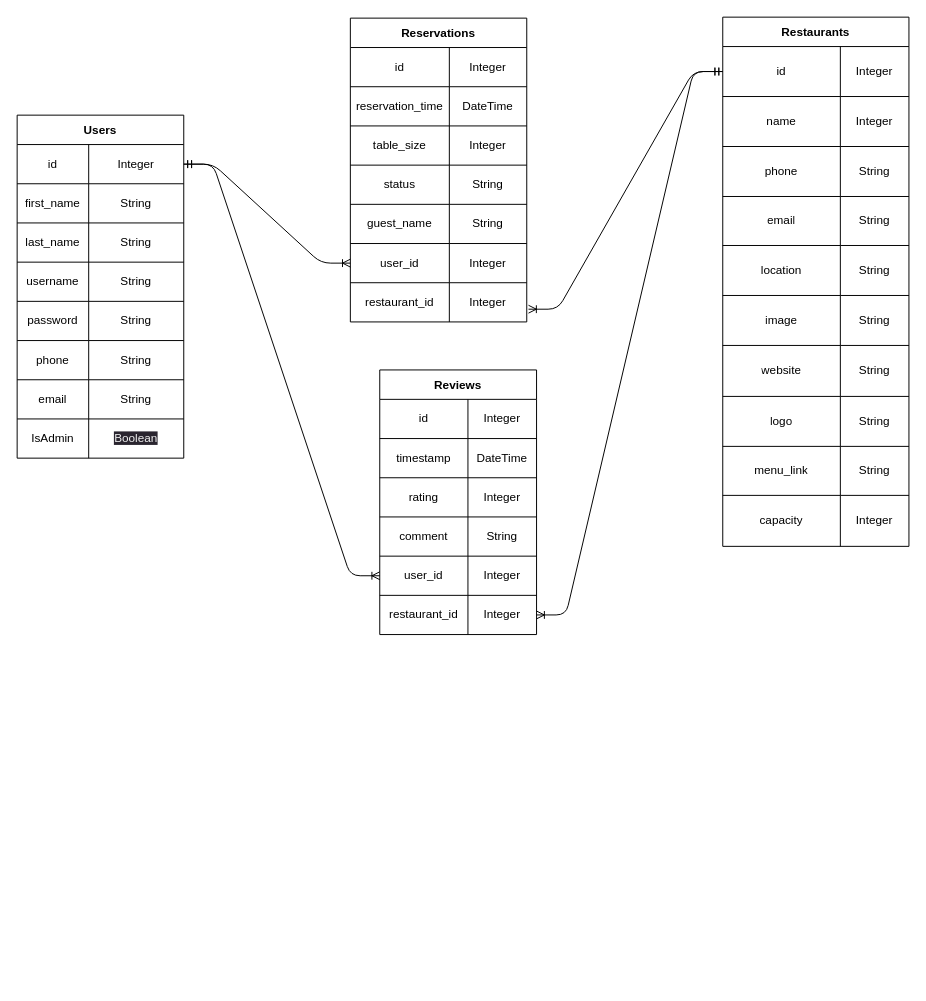
Above: planning/database-schema.drawio in christopherthai/bite-reserve (draw.io), before the change. Source tidied: cells renumbered, new cells numbered last; positions are measured from the earlier drawing's top-left corner, leaving out a move shared by most shapes. Both pictures are drawn from the tidied source at 98%, with x=0, y=0 at pixel (17, 17).
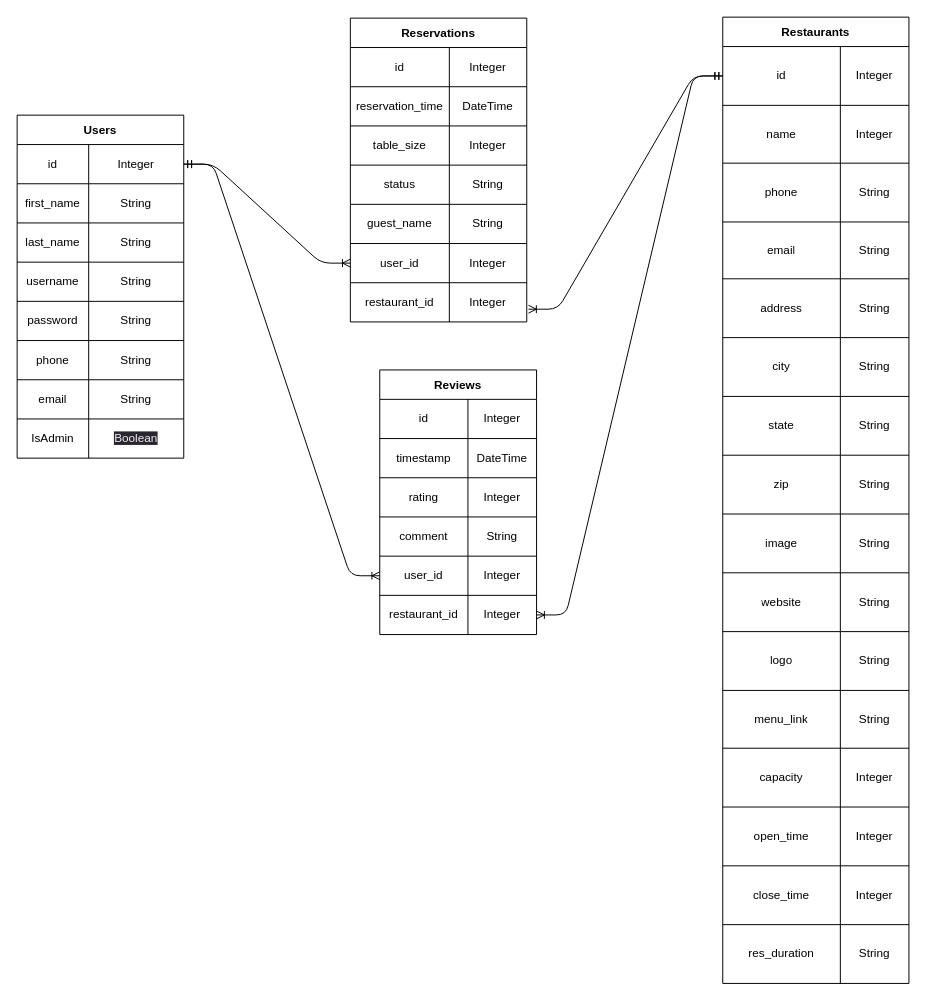
After the change.

Commit message (it also covers changes not shown here):
updated database schema to reflect changes in models.

What changed in the source:
```diff
@@
     <mxCell id="27" value="Restaurants" style="shape=table;startSize=30;childLayout=tableLayout;fontStyle=1;align=center;" parent="1" vertex="1">
-      <mxGeometry x="720" width="190" height="540" as="geometry" />
+      <mxGeometry x="720" width="190" height="986" as="geometry" />
     </mxCell>
     <mxCell id="28" style="shape=tableRow;horizontal=0;startSize=0;swimlaneHead=0;swimlaneBody=0;top=0;left=0;bottom=0;right=0;fillColor=none;points=[[0,0.5],[1,0.5]];portConstraint=eastwest;" parent="27" vertex="1">
-      <mxGeometry y="30" width="190" height="51" as="geometry" />
+      <mxGeometry y="30" width="190" height="60" as="geometry" />
     </mxCell>
     <mxCell id="29" value="id" style="shape=partialRectangle;html=1;whiteSpace=wrap;fillColor=none;top=0;left=0;bottom=0;right=0;overflow=hidden;" parent="28" vertex="1">
-      <mxGeometry width="120" height="51" as="geometry" />
+      <mxGeometry width="120" height="60" as="geometry" />
     </mxCell>
     <mxCell id="30" value="Integer" style="shape=partialRectangle;html=1;whiteSpace=wrap;fillColor=none;top=0;left=0;bottom=0;right=0;overflow=hidden;" parent="28" vertex="1">
-      <mxGeometry x="120" width="70" height="51" as="geometry" />
+      <mxGeometry x="120" width="70" height="60" as="geometry" />
     </mxCell>
     <mxCell id="31" style="shape=tableRow;horizontal=0;startSize=0;swimlaneHead=0;swimlaneBody=0;top=0;left=0;bottom=0;right=0;fillColor=none;" parent="27" vertex="1">
-      <mxGeometry y="81" width="190" height="51" as="geometry" />
+      <mxGeometry y="90" width="190" height="59" as="geometry" />
     </mxCell>
     <mxCell id="32" value="name" style="shape=partialRectangle;html=1;whiteSpace=wrap;fillColor=none;top=0;left=0;bottom=0;right=0;overflow=hidden;" parent="31" vertex="1">
-      <mxGeometry width="120" height="51" as="geometry" />
+      <mxGeometry width="120" height="59" as="geometry" />
     </mxCell>
     <mxCell id="33" value="Integer" style="shape=partialRectangle;html=1;whiteSpace=wrap;fillColor=none;top=0;left=0;bottom=0;right=0;overflow=hidden;" parent="31" vertex="1">
-      <mxGeometry x="120" width="70" height="51" as="geometry" />
+      <mxGeometry x="120" width="70" height="59" as="geometry" />
     </mxCell>
     <mxCell id="34" style="shape=tableRow;horizontal=0;startSize=0;swimlaneHead=0;swimlaneBody=0;top=0;left=0;bottom=0;right=0;fillColor=none;" parent="27" vertex="1">
-      <mxGeometry y="132" width="190" height="51" as="geometry" />
+      <mxGeometry y="149" width="190" height="60" as="geometry" />
     </mxCell>
     <mxCell id="35" value="phone" style="shape=partialRectangle;html=1;whiteSpace=wrap;fillColor=none;top=0;left=0;bottom=0;right=0;overflow=hidden;" parent="34" vertex="1">
-      <mxGeometry width="120" height="51" as="geometry" />
+      <mxGeometry width="120" height="60" as="geometry" />
     </mxCell>
     <mxCell id="36" value="String" style="shape=partialRectangle;html=1;whiteSpace=wrap;fillColor=none;top=0;left=0;bottom=0;right=0;overflow=hidden;" parent="34" vertex="1">
-      <mxGeometry x="120" width="70" height="51" as="geometry" />
+      <mxGeometry x="120" width="70" height="60" as="geometry" />
     </mxCell>
     <mxCell id="37" style="shape=tableRow;horizontal=0;startSize=0;swimlaneHead=0;swimlaneBody=0;top=0;left=0;bottom=0;right=0;fillColor=none;" parent="27" vertex="1">
-      <mxGeometry y="183" width="190" height="50" as="geometry" />
+      <mxGeometry y="209" width="190" height="58" as="geometry" />
     </mxCell>
     <mxCell id="38" value="email" style="shape=partialRectangle;html=1;whiteSpace=wrap;fillColor=none;top=0;left=0;bottom=0;right=0;overflow=hidden;" parent="37" vertex="1">
-      <mxGeometry width="120" height="50" as="geometry" />
+      <mxGeometry width="120" height="58" as="geometry" />
     </mxCell>
     <mxCell id="39" value="String" style="shape=partialRectangle;html=1;whiteSpace=wrap;fillColor=none;top=0;left=0;bottom=0;right=0;overflow=hidden;" parent="37" vertex="1">
-      <mxGeometry x="120" width="70" height="50" as="geometry" />
+      <mxGeometry x="120" width="70" height="58" as="geometry" />
     </mxCell>
     <mxCell id="40" style="shape=tableRow;horizontal=0;startSize=0;swimlaneHead=0;swimlaneBody=0;top=0;left=0;bottom=0;right=0;fillColor=none;" parent="27" vertex="1">
-      <mxGeometry y="233" width="190" height="51" as="geometry" />
+      <mxGeometry y="267" width="190" height="60" as="geometry" />
     </mxCell>
-    <mxCell id="41" value="location" style="shape=partialRectangle;html=1;whiteSpace=wrap;fillColor=none;top=0;left=0;bottom=0;right=0;overflow=hidden;" parent="40" vertex="1">
-      <mxGeometry width="120" height="51" as="geometry" />
+    <mxCell id="41" value="address" style="shape=partialRectangle;html=1;whiteSpace=wrap;fillColor=none;top=0;left=0;bottom=0;right=0;overflow=hidden;" parent="40" vertex="1">
+      <mxGeometry width="120" height="60" as="geometry" />
     </mxCell>
     <mxCell id="42" value="String" style="shape=partialRectangle;html=1;whiteSpace=wrap;fillColor=none;top=0;left=0;bottom=0;right=0;overflow=hidden;" parent="40" vertex="1">
-      <mxGeometry x="120" width="70" height="51" as="geometry" />
+      <mxGeometry x="120" width="70" height="60" as="geometry" />
     </mxCell>
+    <mxCell id="103" style="shape=tableRow;horizontal=0;startSize=0;swimlaneHead=0;swimlaneBody=0;top=0;left=0;bottom=0;right=0;fillColor=none;" parent="27" vertex="1">
+      <mxGeometry y="327" width="190" height="60" as="geometry" />
+    </mxCell>
+    <mxCell id="104" value="city" style="shape=partialRectangle;html=1;whiteSpace=wrap;fillColor=none;top=0;left=0;bottom=0;right=0;overflow=hidden;" parent="103" vertex="1">
+      <mxGeometry width="120" height="60" as="geometry" />
+    </mxCell>
+    <mxCell id="105" value="String" style="shape=partialRectangle;html=1;whiteSpace=wrap;fillColor=none;top=0;left=0;bottom=0;right=0;overflow=hidden;" parent="103" vertex="1">
+      <mxGeometry x="120" width="70" height="60" as="geometry" />
+    </mxCell>
+    <mxCell id="106" style="shape=tableRow;horizontal=0;startSize=0;swimlaneHead=0;swimlaneBody=0;top=0;left=0;bottom=0;right=0;fillColor=none;" parent="27" vertex="1">
+      <mxGeometry y="387" width="190" height="60" as="geometry" />
+    </mxCell>
+    <mxCell id="107" value="state" style="shape=partialRectangle;html=1;whiteSpace=wrap;fillColor=none;top=0;left=0;bottom=0;right=0;overflow=hidden;" parent="106" vertex="1">
+      <mxGeometry width="120" height="60" as="geometry" />
+    </mxCell>
+    <mxCell id="108" value="String" style="shape=partialRectangle;html=1;whiteSpace=wrap;fillColor=none;top=0;left=0;bottom=0;right=0;overflow=hidden;" parent="106" vertex="1">
+      <mxGeometry x="120" width="70" height="60" as="geometry" />
+    </mxCell>
+    <mxCell id="109" style="shape=tableRow;horizontal=0;startSize=0;swimlaneHead=0;swimlaneBody=0;top=0;left=0;bottom=0;right=0;fillColor=none;" parent="27" vertex="1">
+      <mxGeometry y="447" width="190" height="60" as="geometry" />
+    </mxCell>
+    <mxCell id="110" value="zip" style="shape=partialRectangle;html=1;whiteSpace=wrap;fillColor=none;top=0;left=0;bottom=0;right=0;overflow=hidden;" parent="109" vertex="1">
+      <mxGeometry width="120" height="60" as="geometry" />
+    </mxCell>
+    <mxCell id="111" value="String" style="shape=partialRectangle;html=1;whiteSpace=wrap;fillColor=none;top=0;left=0;bottom=0;right=0;overflow=hidden;" parent="109" vertex="1">
+      <mxGeometry x="120" width="70" height="60" as="geometry" />
+    </mxCell>
     <mxCell id="43" style="shape=tableRow;horizontal=0;startSize=0;swimlaneHead=0;swimlaneBody=0;top=0;left=0;bottom=0;right=0;fillColor=none;" parent="27" vertex="1">
-      <mxGeometry y="284" width="190" height="51" as="geometry" />
+      <mxGeometry y="507" width="190" height="60" as="geometry" />
     </mxCell>
     <mxCell id="44" value="image" style="shape=partialRectangle;html=1;whiteSpace=wrap;fillColor=none;top=0;left=0;bottom=0;right=0;overflow=hidden;" parent="43" vertex="1">
-      <mxGeometry width="120" height="51" as="geometry" />
+      <mxGeometry width="120" height="60" as="geometry" />
     </mxCell>
     <mxCell id="45" value="String" style="shape=partialRectangle;html=1;whiteSpace=wrap;fillColor=none;top=0;left=0;bottom=0;right=0;overflow=hidden;" parent="43" vertex="1">
-      <mxGeometry x="120" width="70" height="51" as="geometry" />
+      <mxGeometry x="120" width="70" height="60" as="geometry" />
     </mxCell>
     <mxCell id="46" style="shape=tableRow;horizontal=0;startSize=0;swimlaneHead=0;swimlaneBody=0;top=0;left=0;bottom=0;right=0;fillColor=none;" parent="27" vertex="1">
-      <mxGeometry y="335" width="190" height="52" as="geometry" />
+      <mxGeometry y="567" width="190" height="60" as="geometry" />
     </mxCell>
     <mxCell id="47" value="website" style="shape=partialRectangle;html=1;whiteSpace=wrap;fillColor=none;top=0;left=0;bottom=0;right=0;overflow=hidden;" parent="46" vertex="1">
-      <mxGeometry width="120" height="52" as="geometry" />
+      <mxGeometry width="120" height="60" as="geometry" />
     </mxCell>
     <mxCell id="48" value="String" style="shape=partialRectangle;html=1;whiteSpace=wrap;fillColor=none;top=0;left=0;bottom=0;right=0;overflow=hidden;" parent="46" vertex="1">
-      <mxGeometry x="120" width="70" height="52" as="geometry" />
+      <mxGeometry x="120" width="70" height="60" as="geometry" />
     </mxCell>
     <mxCell id="49" style="shape=tableRow;horizontal=0;startSize=0;swimlaneHead=0;swimlaneBody=0;top=0;left=0;bottom=0;right=0;fillColor=none;" parent="27" vertex="1">
-      <mxGeometry y="387" width="190" height="51" as="geometry" />
+      <mxGeometry y="627" width="190" height="60" as="geometry" />
     </mxCell>
     <mxCell id="50" value="logo" style="shape=partialRectangle;html=1;whiteSpace=wrap;fillColor=none;top=0;left=0;bottom=0;right=0;overflow=hidden;" parent="49" vertex="1">
-      <mxGeometry width="120" height="51" as="geometry" />
+      <mxGeometry width="120" height="60" as="geometry" />
     </mxCell>
     <mxCell id="51" value="String" style="shape=partialRectangle;html=1;whiteSpace=wrap;fillColor=none;top=0;left=0;bottom=0;right=0;overflow=hidden;" parent="49" vertex="1">
-      <mxGeometry x="120" width="70" height="51" as="geometry" />
+      <mxGeometry x="120" width="70" height="60" as="geometry" />
     </mxCell>
     <mxCell id="52" style="shape=tableRow;horizontal=0;startSize=0;swimlaneHead=0;swimlaneBody=0;top=0;left=0;bottom=0;right=0;fillColor=none;" parent="27" vertex="1">
-      <mxGeometry y="438" width="190" height="50" as="geometry" />
+      <mxGeometry y="687" width="190" height="59" as="geometry" />
     </mxCell>
     <mxCell id="53" value="menu_link" style="shape=partialRectangle;html=1;whiteSpace=wrap;fillColor=none;top=0;left=0;bottom=0;right=0;overflow=hidden;" parent="52" vertex="1">
-      <mxGeometry width="120" height="50" as="geometry" />
+      <mxGeometry width="120" height="59" as="geometry" />
     </mxCell>
     <mxCell id="54" value="String" style="shape=partialRectangle;html=1;whiteSpace=wrap;fillColor=none;top=0;left=0;bottom=0;right=0;overflow=hidden;" parent="52" vertex="1">
-      <mxGeometry x="120" width="70" height="50" as="geometry" />
+      <mxGeometry x="120" width="70" height="59" as="geometry" />
     </mxCell>
     <mxCell id="55" style="shape=tableRow;horizontal=0;startSize=0;swimlaneHead=0;swimlaneBody=0;top=0;left=0;bottom=0;right=0;fillColor=none;" parent="27" vertex="1">
-      <mxGeometry y="488" width="190" height="52" as="geometry" />
+      <mxGeometry y="746" width="190" height="60" as="geometry" />
     </mxCell>
     <mxCell id="56" value="capacity" style="shape=partialRectangle;html=1;whiteSpace=wrap;fillColor=none;top=0;left=0;bottom=0;right=0;overflow=hidden;" parent="55" vertex="1">
-      <mxGeometry width="120" height="52" as="geometry" />
+      <mxGeometry width="120" height="60" as="geometry" />
     </mxCell>
     <mxCell id="57" value="Integer" style="shape=partialRectangle;html=1;whiteSpace=wrap;fillColor=none;top=0;left=0;bottom=0;right=0;overflow=hidden;" parent="55" vertex="1">
-      <mxGeometry x="120" width="70" height="52" as="geometry" />
+      <mxGeometry x="120" width="70" height="60" as="geometry" />
     </mxCell>
+    <mxCell id="112" style="shape=tableRow;horizontal=0;startSize=0;swimlaneHead=0;swimlaneBody=0;top=0;left=0;bottom=0;right=0;fillColor=none;" parent="27" vertex="1">
+      <mxGeometry y="806" width="190" height="60" as="geometry" />
+    </mxCell>
+    <mxCell id="113" value="open_time" style="shape=partialRectangle;html=1;whiteSpace=wrap;fillColor=none;top=0;left=0;bottom=0;right=0;overflow=hidden;" parent="112" vertex="1">
+      <mxGeometry width="120" height="60" as="geometry" />
+    </mxCell>
+    <mxCell id="114" value="Integer" style="shape=partialRectangle;html=1;whiteSpace=wrap;fillColor=none;top=0;left=0;bottom=0;right=0;overflow=hidden;" parent="112" vertex="1">
+      <mxGeometry x="120" width="70" height="60" as="geometry" />
+    </mxCell>
+    <mxCell id="115" style="shape=tableRow;horizontal=0;startSize=0;swimlaneHead=0;swimlaneBody=0;top=0;left=0;bottom=0;right=0;fillColor=none;" parent="27" vertex="1">
+      <mxGeometry y="866" width="190" height="60" as="geometry" />
+    </mxCell>
+    <mxCell id="116" value="close_time" style="shape=partialRectangle;html=1;whiteSpace=wrap;fillColor=none;top=0;left=0;bottom=0;right=0;overflow=hidden;" parent="115" vertex="1">
+      <mxGeometry width="120" height="60" as="geometry" />
+    </mxCell>
+    <mxCell id="117" value="Integer" style="shape=partialRectangle;html=1;whiteSpace=wrap;fillColor=none;top=0;left=0;bottom=0;right=0;overflow=hidden;" parent="115" vertex="1">
+      <mxGeometry x="120" width="70" height="60" as="geometry" />
+    </mxCell>
+    <mxCell id="118" style="shape=tableRow;horizontal=0;startSize=0;swimlaneHead=0;swimlaneBody=0;top=0;left=0;bottom=0;right=0;fillColor=none;" parent="27" vertex="1">
+      <mxGeometry y="926" width="190" height="60" as="geometry" />
+    </mxCell>
+    <mxCell id="119" value="res_duration" style="shape=partialRectangle;html=1;whiteSpace=wrap;fillColor=none;top=0;left=0;bottom=0;right=0;overflow=hidden;" parent="118" vertex="1">
+      <mxGeometry width="120" height="60" as="geometry" />
+    </mxCell>
+    <mxCell id="120" value="String" style="shape=partialRectangle;html=1;whiteSpace=wrap;fillColor=none;top=0;left=0;bottom=0;right=0;overflow=hidden;" parent="118" vertex="1">
+      <mxGeometry x="120" width="70" height="60" as="geometry" />
+    </mxCell>
```
